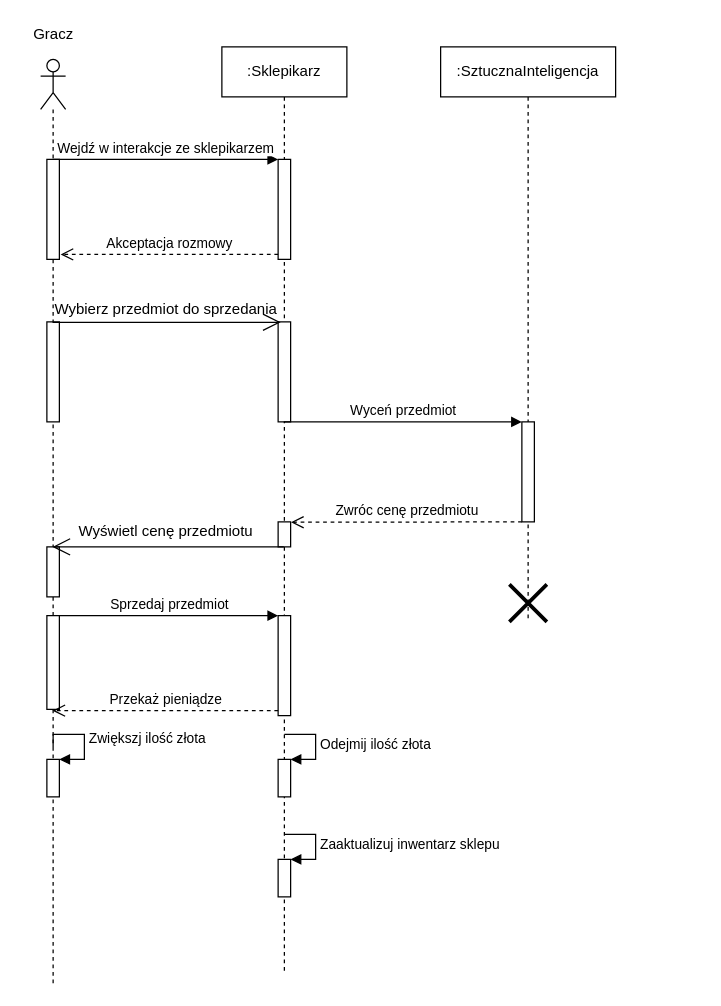
Above: 3. dokumentacja projektowa i wdrożeniowa/b. diagramy sekwencji lub współpracy/sprzedaż sekwencji.drawio in 4cer/maya-slasher (draw.io), before the change. Source tidied: cells renumbered, new cells numbered last; positions are measured from the earlier drawing's top-left corner, leaving out a move shared by most shapes. Both pictures are drawn from the tidied source at 125%, with x=0, y=0 at pixel (21, 21).
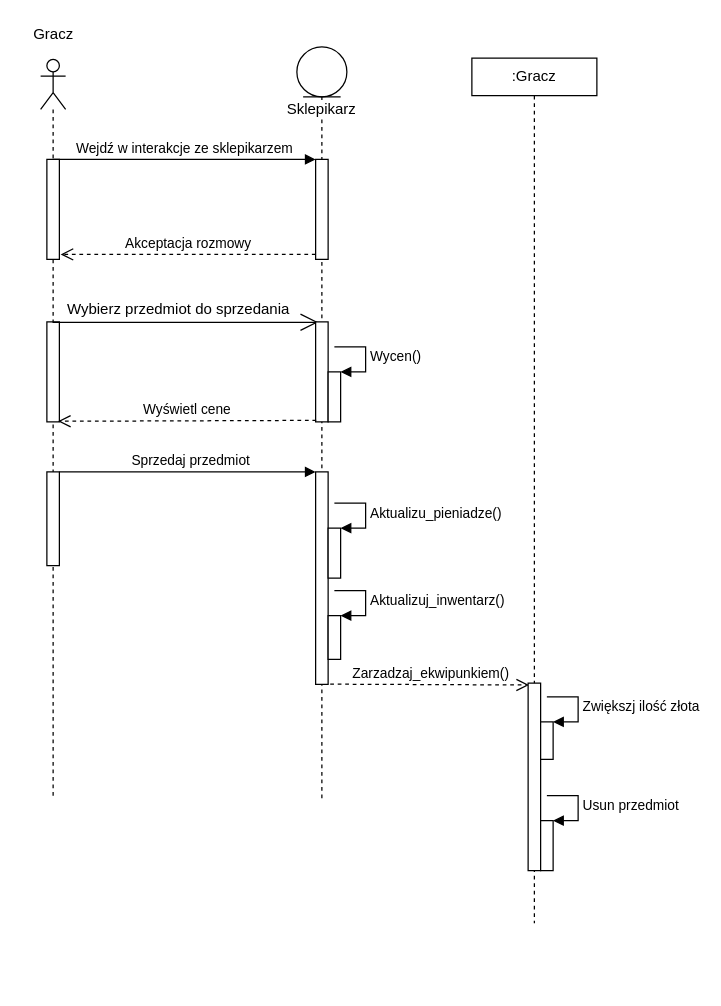
Above is the later version.

Commit message (it also covers changes not shown here):
delete one sequence diagram

Unchanged cells that the change refers to:
```xml
<mxCell id="13" style="html=1;points=[];perimeter=orthogonalPerimeter;" parent="11" vertex="1">
  <mxGeometry x="5" y="210" width="10" height="80" as="geometry" />
</mxCell>
```

Diff of the diagram source:
```diff
@@
-    <mxCell id="2" value=":Sklepikarz" style="shape=umlLifeline;perimeter=lifelinePerimeter;whiteSpace=wrap;html=1;outlineConnect=0;" parent="1" vertex="1">
-      <mxGeometry x="160" y="20" width="100" height="740" as="geometry" />
-    </mxCell>
-    <mxCell id="3" style="html=1;points=[];perimeter=orthogonalPerimeter;" parent="2" vertex="1">
-      <mxGeometry x="45" y="90" width="10" height="80" as="geometry" />
-    </mxCell>
-    <mxCell id="4" style="html=1;points=[];perimeter=orthogonalPerimeter;" parent="2" vertex="1">
-      <mxGeometry x="45" y="220" width="10" height="80" as="geometry" />
-    </mxCell>
-    <mxCell id="5" style="html=1;points=[];perimeter=orthogonalPerimeter;" parent="2" vertex="1">
-      <mxGeometry x="45" y="380" width="10" height="20" as="geometry" />
-    </mxCell>
-    <mxCell id="6" style="html=1;points=[];perimeter=orthogonalPerimeter;" parent="2" vertex="1">
-      <mxGeometry x="45" y="455" width="10" height="80" as="geometry" />
-    </mxCell>
-    <mxCell id="7" style="html=1;points=[];perimeter=orthogonalPerimeter;" parent="2" vertex="1">
-      <mxGeometry x="45" y="570" width="10" height="30" as="geometry" />
-    </mxCell>
-    <mxCell id="8" value="Odejmij ilość złota" style="edgeStyle=orthogonalEdgeStyle;html=1;align=left;spacingLeft=2;endArrow=block;rounded=0;entryX=1;entryY=0;" parent="2" edge="1" target="7">
-      <mxGeometry relative="1" as="geometry">
-        <mxPoint x="50" y="550" as="sourcePoint" />
-        <Array as="points">
-          <mxPoint x="75" y="550" />
-        </Array>
-      </mxGeometry>
-    </mxCell>
-    <mxCell id="9" style="html=1;points=[];perimeter=orthogonalPerimeter;" parent="2" vertex="1">
-      <mxGeometry x="45" y="650" width="10" height="30" as="geometry" />
-    </mxCell>
-    <mxCell id="10" value="Zaaktualizuj inwentarz sklepu" style="edgeStyle=orthogonalEdgeStyle;html=1;align=left;spacingLeft=2;endArrow=block;rounded=0;entryX=1;entryY=0;" parent="2" edge="1" target="9">
-      <mxGeometry relative="1" as="geometry">
-        <mxPoint x="50" y="630" as="sourcePoint" />
-        <Array as="points">
-          <mxPoint x="75" y="630" />
-        </Array>
-      </mxGeometry>
-    </mxCell>
     <mxCell id="11" style="shape=umlLifeline;participant=umlActor;perimeter=lifelinePerimeter;whiteSpace=wrap;html=1;verticalAlign=top;spacingTop=36;labelBackgroundColor=#ffffff;outlineConnect=0;" parent="1" vertex="1">
-      <mxGeometry x="15" y="30" width="20" height="740" as="geometry" />
+      <mxGeometry x="15" y="30" width="20" height="591" as="geometry" />
     </mxCell>
@@
-    <mxCell id="14" style="html=1;perimeter=orthogonalPerimeter;" parent="11" vertex="1">
-      <mxGeometry x="5" y="390" width="10" height="40" as="geometry" />
-    </mxCell>
     <mxCell id="15" style="html=1;points=[];perimeter=orthogonalPerimeter;" parent="11" vertex="1">
-      <mxGeometry x="5" y="445" width="10" height="75" as="geometry" />
+      <mxGeometry x="5" y="330" width="10" height="75" as="geometry" />
     </mxCell>
-    <mxCell id="16" style="html=1;points=[];perimeter=orthogonalPerimeter;" parent="11" vertex="1">
-      <mxGeometry x="5" y="560" width="10" height="30" as="geometry" />
-    </mxCell>
-    <mxCell id="17" value="Zwiększj ilość złota" style="edgeStyle=orthogonalEdgeStyle;html=1;align=left;spacingLeft=2;endArrow=block;rounded=0;entryX=1;entryY=0;" parent="11" edge="1" target="16">
-      <mxGeometry relative="1" as="geometry">
-        <mxPoint x="10" y="550" as="sourcePoint" />
-        <Array as="points">
-          <mxPoint x="10" y="540" />
-          <mxPoint x="35" y="540" />
-          <mxPoint x="35" y="560" />
-        </Array>
-      </mxGeometry>
-    </mxCell>
@@
-    <mxCell id="19" value=":SztucznaInteligencja" style="shape=umlLifeline;perimeter=lifelinePerimeter;whiteSpace=wrap;html=1;" parent="1" vertex="1">
-      <mxGeometry x="335" y="20" width="140" height="460" as="geometry" />
-    </mxCell>
-    <mxCell id="20" style="html=1;points=[];perimeter=orthogonalPerimeter;" parent="19" vertex="1">
-      <mxGeometry x="65" y="300" width="10" height="80" as="geometry" />
-    </mxCell>
-    <mxCell id="21" style="shape=umlDestroy;whiteSpace=wrap;html=1;strokeWidth=3;" parent="19" vertex="1">
-      <mxGeometry x="55" y="430" width="30" height="30" as="geometry" />
-    </mxCell>
@@
     <mxCell id="25" value="Wybierz przedmiot do sprzedania" style="text;html=1;align=center;verticalAlign=middle;" parent="1" vertex="1">
-      <mxGeometry x="15" y="220" width="200" height="20" as="geometry" />
+      <mxGeometry x="25" y="220" width="200" height="20" as="geometry" />
     </mxCell>
-    <mxCell id="26" value="Wyceń przedmiot" style="html=1;verticalAlign=bottom;endArrow=block;entryX=0;entryY=0;" parent="1" edge="1" source="2" target="20">
-      <mxGeometry relative="1" as="geometry" />
-    </mxCell>
-    <mxCell id="27" value="Zwróc cenę przedmiotu" style="html=1;verticalAlign=bottom;endArrow=open;dashed=1;endSize=8;entryX=1.033;entryY=0.015;entryDx=0;entryDy=0;entryPerimeter=0;" parent="1" edge="1" target="5">
-      <mxGeometry relative="1" as="geometry">
-        <mxPoint x="400" y="400" as="sourcePoint" />
-      </mxGeometry>
-    </mxCell>
-    <mxCell id="28" style="endArrow=open;endFill=1;endSize=12;html=1;" parent="1" edge="1" source="2" target="11">
-      <mxGeometry relative="1" as="geometry">
-        <Array as="points">
-          <mxPoint x="135" y="420" />
-        </Array>
-      </mxGeometry>
-    </mxCell>
-    <mxCell id="29" value="Wyświetl cenę przedmiotu" style="text;html=1;align=center;verticalAlign=middle;" parent="1" vertex="1">
-      <mxGeometry x="35" y="398" width="160" height="20" as="geometry" />
-    </mxCell>
     <mxCell id="30" value="Sprzedaj przedmiot" style="html=1;verticalAlign=bottom;endArrow=block;entryX=0;entryY=0;" parent="1" edge="1" source="15" target="6">
-      <mxGeometry relative="1" as="geometry" />
+      <mxGeometry x="0.02" relative="1" as="geometry" />
     </mxCell>
-    <mxCell id="31" value="Przekaż pieniądze" style="html=1;verticalAlign=bottom;endArrow=open;dashed=1;endSize=8;exitX=0;exitY=0.95;" parent="1" edge="1" source="6" target="11">
+    <mxCell id="31" value="Zarzadzaj_ekwipunkiem()" style="html=1;verticalAlign=bottom;endArrow=open;dashed=1;endSize=8;exitX=1.167;exitY=0.999;exitDx=0;exitDy=0;exitPerimeter=0;entryX=0.071;entryY=0.01;entryDx=0;entryDy=0;entryPerimeter=0;" parent="1" edge="1" source="6" target="39">
       <mxGeometry relative="1" as="geometry" />
     </mxCell>
+    <mxCell id="32" value="Sklepikarz" style="shape=umlLifeline;participant=umlEntity;perimeter=lifelinePerimeter;whiteSpace=wrap;html=1;verticalAlign=top;spacingTop=36;labelBackgroundColor=#ffffff;" parent="1" vertex="1">
+      <mxGeometry x="220" y="20" width="40" height="601" as="geometry" />
+    </mxCell>
+    <mxCell id="4" style="html=1;points=[];perimeter=orthogonalPerimeter;" parent="32" vertex="1">
+      <mxGeometry x="15" y="220" width="10" height="80" as="geometry" />
+    </mxCell>
+    <mxCell id="6" style="html=1;points=[];perimeter=orthogonalPerimeter;" parent="32" vertex="1">
+      <mxGeometry x="15" y="340" width="10" height="170" as="geometry" />
+    </mxCell>
+    <mxCell id="3" style="html=1;points=[];perimeter=orthogonalPerimeter;" parent="32" vertex="1">
+      <mxGeometry x="15" y="90" width="10" height="80" as="geometry" />
+    </mxCell>
+    <mxCell id="33" style="html=1;points=[];perimeter=orthogonalPerimeter;" parent="32" vertex="1">
+      <mxGeometry x="25" y="260" width="10" height="40" as="geometry" />
+    </mxCell>
+    <mxCell id="34" value="Wycen()" style="edgeStyle=orthogonalEdgeStyle;html=1;align=left;spacingLeft=2;endArrow=block;rounded=0;entryX=1;entryY=0;" parent="32" edge="1" target="33">
+      <mxGeometry relative="1" as="geometry">
+        <mxPoint x="30" y="240" as="sourcePoint" />
+        <Array as="points">
+          <mxPoint x="55" y="240" />
+        </Array>
+      </mxGeometry>
+    </mxCell>
+    <mxCell id="9" style="html=1;points=[];perimeter=orthogonalPerimeter;" parent="32" vertex="1">
+      <mxGeometry x="25" y="455" width="10" height="35" as="geometry" />
+    </mxCell>
+    <mxCell id="10" value="Aktualizuj_inwentarz()" style="edgeStyle=orthogonalEdgeStyle;html=1;align=left;spacingLeft=2;endArrow=block;rounded=0;entryX=1;entryY=0;" parent="32" edge="1" target="9">
+      <mxGeometry relative="1" as="geometry">
+        <mxPoint x="30" y="435" as="sourcePoint" />
+        <Array as="points">
+          <mxPoint x="55" y="435" />
+        </Array>
+      </mxGeometry>
+    </mxCell>
+    <mxCell id="35" style="html=1;points=[];perimeter=orthogonalPerimeter;" parent="32" vertex="1">
+      <mxGeometry x="25" y="385" width="10" height="40" as="geometry" />
+    </mxCell>
+    <mxCell id="36" value="Aktualizu_pieniadze()" style="edgeStyle=orthogonalEdgeStyle;html=1;align=left;spacingLeft=2;endArrow=block;rounded=0;entryX=1;entryY=0;" parent="32" edge="1" target="35">
+      <mxGeometry relative="1" as="geometry">
+        <mxPoint x="30" y="365" as="sourcePoint" />
+        <Array as="points">
+          <mxPoint x="55" y="365" />
+        </Array>
+      </mxGeometry>
+    </mxCell>
+    <mxCell id="37" value="Wyświetl cene" style="html=1;verticalAlign=bottom;endArrow=open;dashed=1;endSize=8;exitX=0.045;exitY=0.985;exitDx=0;exitDy=0;exitPerimeter=0;entryX=0.89;entryY=0.994;entryDx=0;entryDy=0;entryPerimeter=0;" parent="1" edge="1" source="4" target="13">
+      <mxGeometry relative="1" as="geometry" />
+    </mxCell>
+    <mxCell id="38" value=":Gracz" style="shape=umlLifeline;perimeter=lifelinePerimeter;whiteSpace=wrap;html=1;size=30;" parent="1" vertex="1">
+      <mxGeometry x="360" y="29" width="100" height="692" as="geometry" />
+    </mxCell>
+    <mxCell id="39" style="html=1;points=[];perimeter=orthogonalPerimeter;" parent="38" vertex="1">
+      <mxGeometry x="45" y="500" width="10" height="150" as="geometry" />
+    </mxCell>
+    <mxCell id="16" style="html=1;points=[];perimeter=orthogonalPerimeter;" parent="38" vertex="1">
+      <mxGeometry x="55" y="531" width="10" height="30" as="geometry" />
+    </mxCell>
+    <mxCell id="17" value="Zwiększj ilość złota" style="edgeStyle=orthogonalEdgeStyle;html=1;align=left;spacingLeft=2;endArrow=block;rounded=0;entryX=1;entryY=0;" parent="38" edge="1" target="16">
+      <mxGeometry relative="1" as="geometry">
+        <mxPoint x="60" y="511" as="sourcePoint" />
+        <Array as="points">
+          <mxPoint x="60" y="511" />
+          <mxPoint x="85" y="511" />
+          <mxPoint x="85" y="531" />
+        </Array>
+      </mxGeometry>
+    </mxCell>
+    <mxCell id="40" style="html=1;points=[];perimeter=orthogonalPerimeter;" parent="38" vertex="1">
+      <mxGeometry x="55" y="610" width="10" height="40" as="geometry" />
+    </mxCell>
+    <mxCell id="41" value="Usun przedmiot" style="edgeStyle=orthogonalEdgeStyle;html=1;align=left;spacingLeft=2;endArrow=block;rounded=0;entryX=1;entryY=0;" parent="38" edge="1" target="40">
+      <mxGeometry relative="1" as="geometry">
+        <mxPoint x="60" y="590" as="sourcePoint" />
+        <Array as="points">
+          <mxPoint x="85" y="590" />
+        </Array>
+      </mxGeometry>
+    </mxCell>
```
